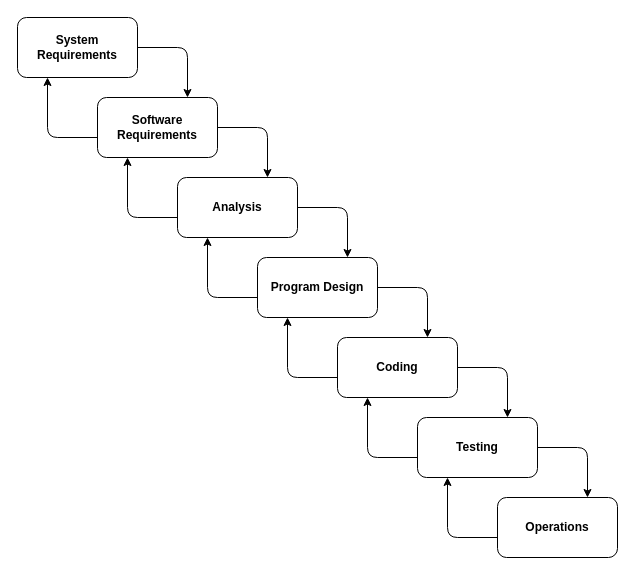
Before: page "Page-3" (3 of 3) of Diagrams/Context.drawio in iampotato16/AppointCut, a draw.io diagram. Source tidied: cells renumbered, new cells numbered last; positions are measured from the earlier drawing's top-left corner, leaving out a move shared by most shapes. Both pictures are drawn from the tidied source at 100%, with x=0, y=0 at pixel (17, 17).
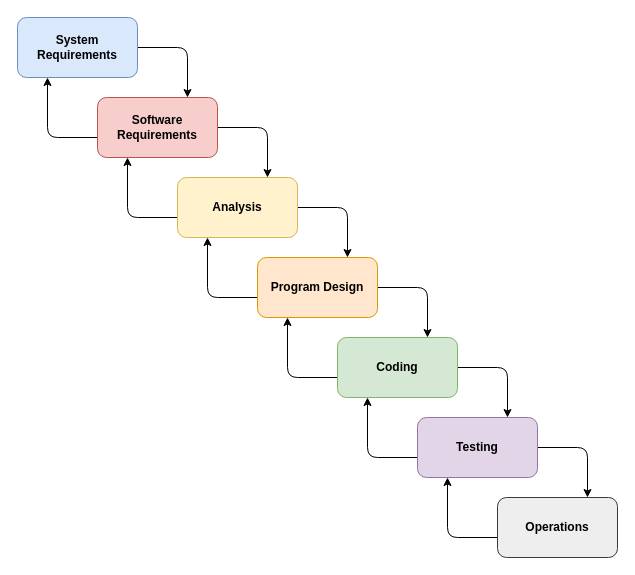
After the change.

The edit, as a diff of the source:
```diff
@@
-    <mxCell id="3" value="&lt;b&gt;System Requirements&lt;/b&gt;" style="rounded=1;whiteSpace=wrap;html=1;" parent="1" vertex="1">
+    <mxCell id="3" value="&lt;b&gt;System Requirements&lt;/b&gt;" style="rounded=1;whiteSpace=wrap;html=1;fillColor=#dae8fc;strokeColor=#6c8ebf;" parent="1" vertex="1">
       <mxGeometry width="120" height="60" as="geometry" />
     </mxCell>
@@
-    <mxCell id="6" value="&lt;b&gt;Software Requirements&lt;/b&gt;" style="rounded=1;whiteSpace=wrap;html=1;" parent="1" vertex="1">
+    <mxCell id="6" value="&lt;b&gt;Software Requirements&lt;/b&gt;" style="rounded=1;whiteSpace=wrap;html=1;fillColor=#f8cecc;strokeColor=#b85450;" parent="1" vertex="1">
       <mxGeometry x="80" y="80" width="120" height="60" as="geometry" />
     </mxCell>
@@
-    <mxCell id="9" value="&lt;b&gt;Analysis&lt;/b&gt;" style="rounded=1;whiteSpace=wrap;html=1;" parent="1" vertex="1">
+    <mxCell id="9" value="&lt;b&gt;Analysis&lt;/b&gt;" style="rounded=1;whiteSpace=wrap;html=1;fillColor=#fff2cc;strokeColor=#d6b656;" parent="1" vertex="1">
       <mxGeometry x="160" y="160" width="120" height="60" as="geometry" />
     </mxCell>
@@
-    <mxCell id="12" value="&lt;b&gt;Program Design&lt;/b&gt;" style="rounded=1;whiteSpace=wrap;html=1;" parent="1" vertex="1">
+    <mxCell id="12" value="&lt;b&gt;Program Design&lt;/b&gt;" style="rounded=1;whiteSpace=wrap;html=1;fillColor=#ffe6cc;strokeColor=#d79b00;" parent="1" vertex="1">
       <mxGeometry x="240" y="240" width="120" height="60" as="geometry" />
     </mxCell>
@@
-    <mxCell id="15" value="&lt;b&gt;Coding&lt;/b&gt;" style="rounded=1;whiteSpace=wrap;html=1;" parent="1" vertex="1">
+    <mxCell id="15" value="&lt;b&gt;Coding&lt;/b&gt;" style="rounded=1;whiteSpace=wrap;html=1;fillColor=#d5e8d4;strokeColor=#82b366;" parent="1" vertex="1">
       <mxGeometry x="320" y="320" width="120" height="60" as="geometry" />
     </mxCell>
@@
-    <mxCell id="18" value="&lt;b&gt;Testing&lt;/b&gt;" style="rounded=1;whiteSpace=wrap;html=1;" parent="1" vertex="1">
+    <mxCell id="18" value="&lt;b&gt;Testing&lt;/b&gt;" style="rounded=1;whiteSpace=wrap;html=1;fillColor=#e1d5e7;strokeColor=#9673a6;" parent="1" vertex="1">
       <mxGeometry x="400" y="400" width="120" height="60" as="geometry" />
     </mxCell>
@@
-    <mxCell id="20" value="&lt;b&gt;Operations&lt;/b&gt;" style="rounded=1;whiteSpace=wrap;html=1;" parent="1" vertex="1">
+    <mxCell id="20" value="&lt;b&gt;Operations&lt;/b&gt;" style="rounded=1;whiteSpace=wrap;html=1;fillColor=#eeeeee;strokeColor=#36393d;" parent="1" vertex="1">
       <mxGeometry x="480" y="480" width="120" height="60" as="geometry" />
     </mxCell>
```
